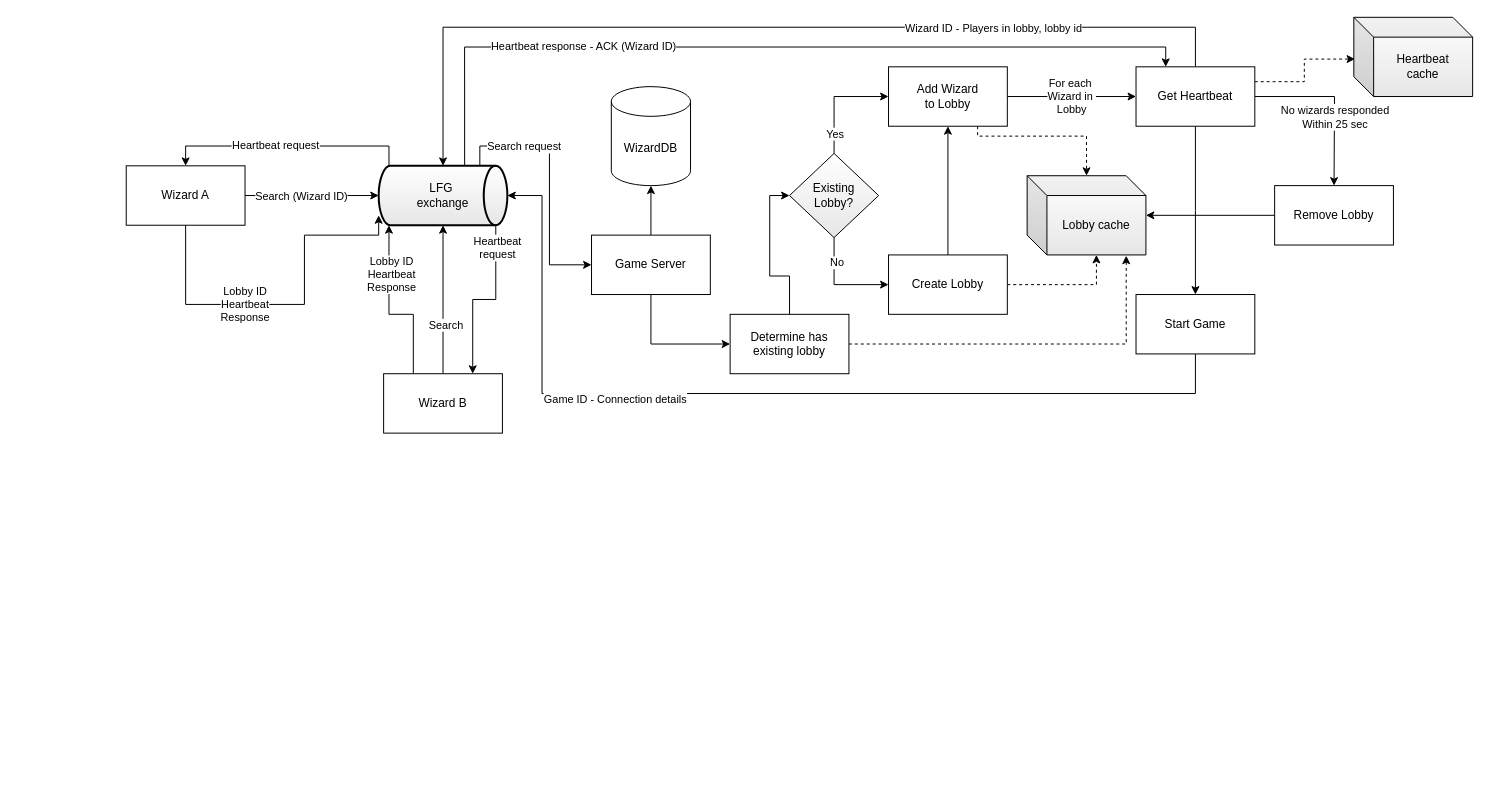
Above: arch_wizard.drawio in gullskatten/BPMN-models (draw.io), before the change. Source tidied: cells renumbered, new cells numbered last; positions are measured from the earlier drawing's top-left corner, leaving out a move shared by most shapes. Both pictures are drawn from the tidied source at 99%, with x=0, y=0 at pixel (126, 17).
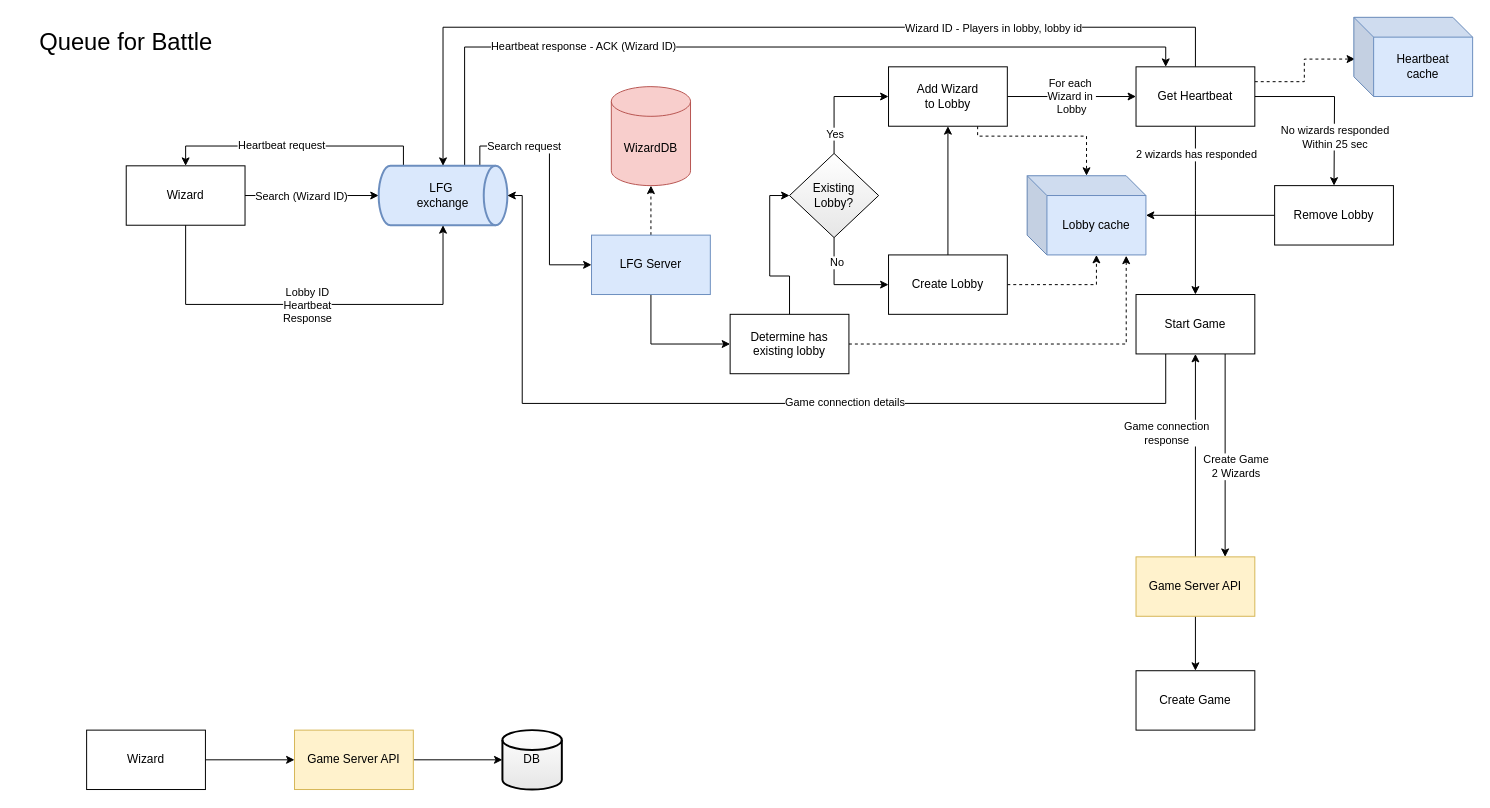
The same page after the edit.

Unchanged cells that the change refers to:
```xml
<mxCell id="36" style="edgeStyle=orthogonalEdgeStyle;rounded=0;jettySize=auto;html=1;" parent="1" edge="1" source="40">
  <mxGeometry relative="1" as="geometry">
    <mxPoint x="1080" y="280" as="targetPoint" />
  </mxGeometry>
</mxCell>
<mxCell id="37" style="edgeStyle=orthogonalEdgeStyle;rounded=0;jettySize=auto;html=1;" parent="1" edge="1" source="40">
  <mxGeometry relative="1" as="geometry">
    <mxPoint x="1220" y="170" as="targetPoint" />
  </mxGeometry>
</mxCell>
<mxCell id="46" value="Start Game" style="rounded=0;whiteSpace=wrap;html=1;" parent="1" vertex="1">
  <mxGeometry x="1020" y="280" width="120" height="60" as="geometry" />
</mxCell>
```

The edit, as a diff of the source:
```diff
@@
-    <mxCell id="2" value="WizardDB" style="shape=cylinder3;whiteSpace=wrap;html=1;boundedLbl=1;backgroundOutline=1;size=15;" parent="1" vertex="1">
+    <mxCell id="2" value="WizardDB" style="shape=cylinder3;whiteSpace=wrap;html=1;boundedLbl=1;backgroundOutline=1;size=15;fillColor=#f8cecc;strokeColor=#b85450;" parent="1" vertex="1">
       <mxGeometry x="490" y="70" width="80" height="100" as="geometry" />
     </mxCell>
-    <mxCell id="3" value="Wizard A" style="rounded=0;whiteSpace=wrap;html=1;" parent="1" vertex="1">
+    <mxCell id="3" value="Wizard" style="rounded=0;whiteSpace=wrap;html=1;" parent="1" vertex="1">
       <mxGeometry y="150" width="120" height="60" as="geometry" />
     </mxCell>
-    <mxCell id="4" style="edgeStyle=orthogonalEdgeStyle;rounded=0;jettySize=auto;html=1;entryX=0.5;entryY=1;entryDx=0;entryDy=0;entryPerimeter=0;" parent="1" edge="1" source="8" target="19">
-      <mxGeometry relative="1" as="geometry" />
-    </mxCell>
-    <mxCell id="5" value="Search" style="edgeLabel;html=1;align=center;verticalAlign=middle;" parent="4" vertex="1">
-      <mxGeometry x="-0.33" y="-2" relative="1" as="geometry" />
-    </mxCell>
-    <mxCell id="6" style="edgeStyle=orthogonalEdgeStyle;rounded=0;jettySize=auto;html=1;entryX=0.08;entryY=1;entryDx=0;entryDy=0;entryPerimeter=0;exitX=0.25;exitY=0;exitDx=0;exitDy=0;" parent="1" edge="1" source="8" target="19">
-      <mxGeometry relative="1" as="geometry">
-        <Array as="points">
-          <mxPoint x="290" y="300" />
-          <mxPoint x="265" y="300" />
-        </Array>
-      </mxGeometry>
-    </mxCell>
-    <mxCell id="7" value="Lobby ID&lt;br&gt;Heartbeat&lt;br&gt;Response" style="edgeLabel;html=1;align=center;verticalAlign=middle;" parent="6" vertex="1">
-      <mxGeometry x="0.26" y="-2" relative="1" as="geometry">
-        <mxPoint y="-15.3" as="offset" />
-      </mxGeometry>
-    </mxCell>
-    <mxCell id="8" value="Wizard B" style="rounded=0;whiteSpace=wrap;html=1;" parent="1" vertex="1">
-      <mxGeometry x="260" y="360" width="120" height="60" as="geometry" />
-    </mxCell>
@@
-    <mxCell id="11" style="edgeStyle=orthogonalEdgeStyle;rounded=0;jettySize=auto;html=1;entryX=0.5;entryY=0;entryDx=0;entryDy=0;exitX=0.08;exitY=0;exitDx=0;exitDy=0;exitPerimeter=0;" parent="1" edge="1" source="19" target="3">
-      <mxGeometry relative="1" as="geometry" />
+    <mxCell id="11" style="edgeStyle=orthogonalEdgeStyle;rounded=0;jettySize=auto;html=1;entryX=0.5;entryY=0;entryDx=0;entryDy=0;exitX=0.202;exitY=-0.005;exitDx=0;exitDy=0;exitPerimeter=0;" parent="1" edge="1" source="19" target="3">
+      <mxGeometry relative="1" as="geometry">
+        <Array as="points">
+          <mxPoint x="280" y="150" />
+          <mxPoint x="280" y="130" />
+          <mxPoint x="60" y="130" />
+        </Array>
+      </mxGeometry>
     </mxCell>
@@
-    <mxCell id="13" style="edgeStyle=orthogonalEdgeStyle;rounded=0;jettySize=auto;html=1;exitX=0.91;exitY=1;exitDx=0;exitDy=0;exitPerimeter=0;entryX=0.75;entryY=0;entryDx=0;entryDy=0;" parent="1" edge="1" source="19" target="8">
-      <mxGeometry relative="1" as="geometry" />
-    </mxCell>
-    <mxCell id="14" value="Heartbeat&lt;br&gt;request" style="edgeLabel;html=1;align=center;verticalAlign=middle;" parent="13" vertex="1">
-      <mxGeometry x="-0.75" y="1" relative="1" as="geometry" />
-    </mxCell>
@@
-    <mxCell id="19" value="LFG&amp;nbsp;&lt;br&gt;exchange" style="strokeWidth=2;html=1;shape=mxgraph.flowchart.direct_data;whiteSpace=wrap;gradientColor=#E6E6E6;" parent="1" vertex="1">
+    <mxCell id="19" value="LFG&amp;nbsp;&lt;br&gt;exchange" style="strokeWidth=2;html=1;shape=mxgraph.flowchart.direct_data;whiteSpace=wrap;fillColor=#dae8fc;strokeColor=#6c8ebf;" parent="1" vertex="1">
       <mxGeometry x="255" y="150" width="130" height="60" as="geometry" />
     </mxCell>
@@
-    <mxCell id="21" style="edgeStyle=orthogonalEdgeStyle;rounded=0;jettySize=auto;html=1;entryX=0.5;entryY=1;entryDx=0;entryDy=0;entryPerimeter=0;" parent="1" edge="1" source="22" target="2">
+    <mxCell id="21" style="edgeStyle=orthogonalEdgeStyle;rounded=0;jettySize=auto;html=1;entryX=0.5;entryY=1;entryDx=0;entryDy=0;entryPerimeter=0;dashed=1;" parent="1" edge="1" source="22" target="2">
       <mxGeometry relative="1" as="geometry" />
     </mxCell>
-    <mxCell id="22" value="Game Server" style="rounded=0;whiteSpace=wrap;html=1;" parent="1" vertex="1">
+    <mxCell id="22" value="LFG Server" style="rounded=0;whiteSpace=wrap;html=1;fillColor=#dae8fc;strokeColor=#6c8ebf;" parent="1" vertex="1">
       <mxGeometry x="470" y="220" width="120" height="60" as="geometry" />
     </mxCell>
@@
+    <mxCell id="53" value="2 wizards has responded" style="edgeLabel;html=1;align=center;verticalAlign=middle;" parent="36" vertex="1">
+      <mxGeometry x="-0.67" relative="1" as="geometry" />
+    </mxCell>
@@
     <mxCell id="38" value="No wizards responded&lt;br&gt;Within 25 sec" style="edgeLabel;html=1;align=center;verticalAlign=middle;" parent="37" vertex="1">
       <mxGeometry x="-0.53" y="-4" relative="1" as="geometry">
-        <mxPoint x="40" y="16" as="offset" />
+        <mxPoint x="40" y="36" as="offset" />
       </mxGeometry>
     </mxCell>
@@
-    <mxCell id="41" style="edgeStyle=orthogonalEdgeStyle;rounded=0;jettySize=auto;html=1;exitX=0.5;exitY=1;exitDx=0;exitDy=0;" parent="1" edge="1" source="3">
+    <mxCell id="41" style="edgeStyle=orthogonalEdgeStyle;rounded=0;jettySize=auto;html=1;exitX=0.5;exitY=1;exitDx=0;exitDy=0;entryX=0.5;entryY=1;entryDx=0;entryDy=0;entryPerimeter=0;" parent="1" edge="1" source="3" target="19">
       <mxGeometry relative="1" as="geometry">
-        <mxPoint x="255" y="200" as="targetPoint" />
         <Array as="points">
           <mxPoint x="60" y="290" />
-          <mxPoint x="180" y="290" />
-          <mxPoint x="180" y="220" />
-          <mxPoint x="255" y="220" />
+          <mxPoint x="320" y="290" />
         </Array>
       </mxGeometry>
     </mxCell>
     <mxCell id="42" value="Lobby ID&lt;br&gt;Heartbeat&lt;br&gt;Response" style="edgeLabel;html=1;align=center;verticalAlign=middle;" parent="41" vertex="1">
       <mxGeometry x="0.26" y="-2" relative="1" as="geometry">
-        <mxPoint x="-62.1" y="29.4" as="offset" />
+        <mxPoint x="-62.1" y="-2" as="offset" />
       </mxGeometry>
     </mxCell>
-    <mxCell id="43" value="Lobby cache" style="shape=cube;whiteSpace=wrap;html=1;boundedLbl=1;backgroundOutline=1;darkOpacity=0.05;darkOpacity2=0.1;gradientColor=#E6E6E6;" parent="1" vertex="1">
+    <mxCell id="43" value="Lobby cache" style="shape=cube;whiteSpace=wrap;html=1;boundedLbl=1;backgroundOutline=1;darkOpacity=0.05;darkOpacity2=0.1;fillColor=#dae8fc;strokeColor=#6c8ebf;" parent="1" vertex="1">
       <mxGeometry x="910" y="160" width="120" height="80" as="geometry" />
     </mxCell>
-    <mxCell id="44" style="edgeStyle=orthogonalEdgeStyle;rounded=0;jettySize=auto;html=1;entryX=1;entryY=0.5;entryDx=0;entryDy=0;entryPerimeter=0;" parent="1" edge="1" source="46" target="19">
+    <mxCell id="44" style="edgeStyle=orthogonalEdgeStyle;rounded=0;jettySize=auto;html=1;exitX=0.25;exitY=1;exitDx=0;exitDy=0;" parent="1" edge="1" source="46" target="19">
       <mxGeometry relative="1" as="geometry">
         <Array as="points">
-          <mxPoint x="1080" y="380" />
-          <mxPoint x="420" y="380" />
-          <mxPoint x="420" y="180" />
+          <mxPoint x="1050" y="390" />
+          <mxPoint x="400" y="390" />
+          <mxPoint x="400" y="180" />
         </Array>
       </mxGeometry>
     </mxCell>
-    <mxCell id="45" value="Game ID - Connection details" style="edgeLabel;html=1;align=center;verticalAlign=middle;" parent="44" vertex="1">
-      <mxGeometry x="0.34" y="5" relative="1" as="geometry">
-        <mxPoint x="-1" as="offset" />
-      </mxGeometry>
-    </mxCell>
+    <mxCell id="54" value="Game connection details" style="edgeLabel;html=1;align=center;verticalAlign=middle;" parent="44" vertex="1">
+      <mxGeometry x="-0.19" y="-2" relative="1" as="geometry" />
+    </mxCell>
+    <mxCell id="55" style="edgeStyle=orthogonalEdgeStyle;rounded=0;jettySize=auto;html=1;exitX=0.75;exitY=1;exitDx=0;exitDy=0;entryX=0.75;entryY=0;entryDx=0;entryDy=0;" parent="1" edge="1" source="46" target="60">
+      <mxGeometry relative="1" as="geometry" />
+    </mxCell>
+    <mxCell id="56" value="Create Game&lt;br&gt;2 Wizards" style="edgeLabel;html=1;align=center;verticalAlign=middle;" parent="55" vertex="1">
+      <mxGeometry x="0.1" y="2" relative="1" as="geometry">
+        <mxPoint x="8" as="offset" />
+      </mxGeometry>
+    </mxCell>
@@
-    <mxCell id="52" value="Heartbeat&lt;br&gt;cache" style="shape=cube;whiteSpace=wrap;html=1;boundedLbl=1;backgroundOutline=1;darkOpacity=0.05;darkOpacity2=0.1;gradientColor=#E6E6E6;" parent="1" vertex="1">
+    <mxCell id="52" value="Heartbeat&lt;br&gt;cache" style="shape=cube;whiteSpace=wrap;html=1;boundedLbl=1;backgroundOutline=1;darkOpacity=0.05;darkOpacity2=0.1;fillColor=#dae8fc;strokeColor=#6c8ebf;" parent="1" vertex="1">
       <mxGeometry x="1240" width="120" height="80" as="geometry" />
     </mxCell>
+    <mxCell id="57" style="edgeStyle=orthogonalEdgeStyle;rounded=0;jettySize=auto;html=1;entryX=0.5;entryY=0;entryDx=0;entryDy=0;" parent="1" edge="1" source="60" target="61">
+      <mxGeometry relative="1" as="geometry" />
+    </mxCell>
+    <mxCell id="58" style="edgeStyle=orthogonalEdgeStyle;rounded=0;jettySize=auto;html=1;entryX=0.5;entryY=1;entryDx=0;entryDy=0;" parent="1" edge="1" source="60" target="46">
+      <mxGeometry relative="1" as="geometry" />
+    </mxCell>
+    <mxCell id="59" value="Game connection&lt;br&gt;response" style="edgeLabel;html=1;align=center;verticalAlign=middle;" parent="58" vertex="1">
+      <mxGeometry x="0.44" y="-3" relative="1" as="geometry">
+        <mxPoint x="-33" y="22.6" as="offset" />
+      </mxGeometry>
+    </mxCell>
+    <mxCell id="60" value="Game Server API" style="rounded=0;whiteSpace=wrap;html=1;fillColor=#fff2cc;strokeColor=#d6b656;" parent="1" vertex="1">
+      <mxGeometry x="1020" y="545" width="120" height="60" as="geometry" />
+    </mxCell>
+    <mxCell id="61" value="Create Game" style="rounded=0;whiteSpace=wrap;html=1;" parent="1" vertex="1">
+      <mxGeometry x="1020" y="660" width="120" height="60" as="geometry" />
+    </mxCell>
+    <mxCell id="62" value="DB" style="strokeWidth=2;html=1;shape=mxgraph.flowchart.database;whiteSpace=wrap;gradientColor=#E6E6E6;" parent="1" vertex="1">
+      <mxGeometry x="380" y="720" width="60" height="60" as="geometry" />
+    </mxCell>
+    <mxCell id="63" style="edgeStyle=orthogonalEdgeStyle;rounded=0;jettySize=auto;html=1;entryX=0;entryY=0.5;entryDx=0;entryDy=0;entryPerimeter=0;" parent="1" edge="1" source="64" target="62">
+      <mxGeometry relative="1" as="geometry" />
+    </mxCell>
+    <mxCell id="64" value="Game Server API" style="rounded=0;whiteSpace=wrap;html=1;fillColor=#fff2cc;strokeColor=#d6b656;" parent="1" vertex="1">
+      <mxGeometry x="170" y="720" width="120" height="60" as="geometry" />
+    </mxCell>
+    <mxCell id="65" style="edgeStyle=orthogonalEdgeStyle;rounded=0;jettySize=auto;html=1;entryX=0;entryY=0.5;entryDx=0;entryDy=0;" parent="1" edge="1" source="66" target="64">
+      <mxGeometry relative="1" as="geometry" />
+    </mxCell>
+    <mxCell id="66" value="Wizard" style="rounded=0;whiteSpace=wrap;html=1;" parent="1" vertex="1">
+      <mxGeometry x="-40" y="720" width="120" height="60" as="geometry" />
+    </mxCell>
+    <mxCell id="67" value="Queue for Battle" style="text;html=1;strokeColor=none;fillColor=none;align=center;verticalAlign=middle;whiteSpace=wrap;rounded=0;fontSize=24;" parent="1" vertex="1">
+      <mxGeometry x="-110" y="10" width="220" height="30" as="geometry" />
+    </mxCell>
```
